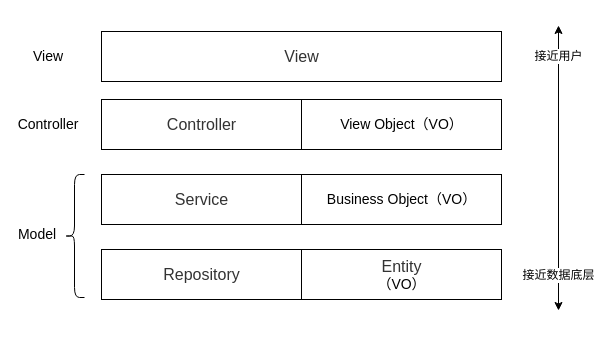
plusmancn/learn-arithmetic keeps this draw.io diagram as page "概念分层" (2 of 3) of material/设计模式.drawio. Above is the earlier version. Source tidied: cells renumbered, new cells numbered last; positions are measured from the earlier drawing's top-left corner, leaving out a move shared by most shapes. Both pictures are drawn from the tidied source at 100%, with x=0, y=0 at pixel (17, 25).
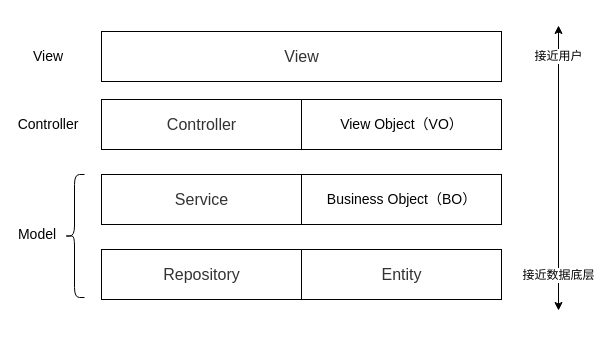
The same page after the edit.

What changed in the source:
```diff
@@
 <mxGraphModel>
   <root>
     <mxCell id="0" />
     <mxCell id="1" parent="0" />
     <mxCell id="2" value="View Object（VO）" style="html=1;fontSize=14;" parent="1" vertex="1">
       <mxGeometry x="284" y="74" width="200" height="50" as="geometry" />
     </mxCell>
-    <mxCell id="3" value="Business Object（VO）" style="html=1;fontSize=14;" parent="1" vertex="1">
+    <mxCell id="3" value="Business Object（BO）" style="html=1;fontSize=14;" parent="1" vertex="1">
       <mxGeometry x="284" y="149" width="200" height="50" as="geometry" />
     </mxCell>
-    <mxCell id="4" value="&lt;span style=&quot;color: rgb(51 , 51 , 51) ; font-family: &amp;#34;pingfang sc&amp;#34; , &amp;#34;lantinghei sc&amp;#34; , &amp;#34;microsoft yahei&amp;#34; , &amp;#34;hiragino sans gb&amp;#34; , &amp;#34;microsoft sans serif&amp;#34; , &amp;#34;wenquanyi micro hei&amp;#34; , &amp;#34;helvetica&amp;#34; , sans-serif ; font-size: 16px ; white-space: normal ; background-color: rgb(255 , 255 , 255)&quot;&gt;Entity&lt;/span&gt;（VO）" style="html=1;fontSize=14;" parent="1" vertex="1">
+    <mxCell id="4" value="&lt;span style=&quot;color: rgb(51 , 51 , 51) ; font-family: &amp;#34;pingfang sc&amp;#34; , &amp;#34;lantinghei sc&amp;#34; , &amp;#34;microsoft yahei&amp;#34; , &amp;#34;hiragino sans gb&amp;#34; , &amp;#34;microsoft sans serif&amp;#34; , &amp;#34;wenquanyi micro hei&amp;#34; , &amp;#34;helvetica&amp;#34; , sans-serif ; font-size: 16px ; white-space: normal ; background-color: rgb(255 , 255 , 255)&quot;&gt;Entity&lt;/span&gt;" style="html=1;fontSize=14;" parent="1" vertex="1">
       <mxGeometry x="284" y="224" width="200" height="50" as="geometry" />
     </mxCell>
     <mxCell id="5" value="&lt;font color=&quot;#333333&quot; face=&quot;pingfang sc, lantinghei sc, microsoft yahei, hiragino sans gb, microsoft sans serif, wenquanyi micro hei, helvetica, sans-serif&quot;&gt;&lt;span style=&quot;font-size: 16px ; white-space: normal ; background-color: rgb(255 , 255 , 255)&quot;&gt;Repository&lt;/span&gt;&lt;/font&gt;" style="html=1;fontSize=14;" parent="1" vertex="1">
       <mxGeometry x="84" y="224" width="200" height="50" as="geometry" />
     </mxCell>
     <mxCell id="6" value="&lt;font color=&quot;#333333&quot; face=&quot;pingfang sc, lantinghei sc, microsoft yahei, hiragino sans gb, microsoft sans serif, wenquanyi micro hei, helvetica, sans-serif&quot;&gt;&lt;span style=&quot;font-size: 16px ; white-space: normal ; background-color: rgb(255 , 255 , 255)&quot;&gt;Service&lt;/span&gt;&lt;/font&gt;" style="html=1;fontSize=14;" parent="1" vertex="1">
       <mxGeometry x="84" y="149" width="200" height="50" as="geometry" />
     </mxCell>
     <mxCell id="7" value="&lt;font color=&quot;#333333&quot; face=&quot;pingfang sc, lantinghei sc, microsoft yahei, hiragino sans gb, microsoft sans serif, wenquanyi micro hei, helvetica, sans-serif&quot;&gt;&lt;span style=&quot;font-size: 16px ; white-space: normal ; background-color: rgb(255 , 255 , 255)&quot;&gt;Controller&lt;/span&gt;&lt;/font&gt;" style="html=1;fontSize=14;" parent="1" vertex="1">
       <mxGeometry x="84" y="74" width="200" height="50" as="geometry" />
     </mxCell>
     <mxCell id="8" style="endArrow=classic;startArrow=classic;html=1;" parent="1" edge="1">
       <mxGeometry relative="1" as="geometry">
         <mxPoint x="541" y="285" as="sourcePoint" />
         <mxPoint x="541" as="targetPoint" />
       </mxGeometry>
     </mxCell>
     <mxCell id="9" value="接近用户" style="text;html=1;align=center;verticalAlign=middle;labelBackgroundColor=#ffffff;" parent="8" vertex="1">
       <mxGeometry x="0.79" y="1" relative="1" as="geometry" />
     </mxCell>
     <mxCell id="10" value="接近数据底层" style="text;html=1;align=center;verticalAlign=middle;labelBackgroundColor=#ffffff;" parent="8" vertex="1">
       <mxGeometry x="-0.75" y="1" relative="1" as="geometry" />
     </mxCell>
     <mxCell id="11" value="&lt;font color=&quot;#333333&quot; face=&quot;pingfang sc, lantinghei sc, microsoft yahei, hiragino sans gb, microsoft sans serif, wenquanyi micro hei, helvetica, sans-serif&quot;&gt;&lt;span style=&quot;font-size: 16px ; white-space: normal ; background-color: rgb(255 , 255 , 255)&quot;&gt;View&lt;/span&gt;&lt;/font&gt;" style="html=1;fontSize=14;" parent="1" vertex="1">
       <mxGeometry x="84" y="6" width="400" height="50" as="geometry" />
     </mxCell>
     <mxCell id="12" style="shape=curlyBracket;whiteSpace=wrap;html=1;rounded=1;" parent="1" vertex="1">
       <mxGeometry x="47" y="149" width="20" height="123" as="geometry" />
     </mxCell>
     <mxCell id="13" value="Model" style="text;html=1;strokeColor=none;fillColor=none;align=center;verticalAlign=middle;whiteSpace=wrap;rounded=0;fontSize=14;" parent="1" vertex="1">
       <mxGeometry x="-0.5" y="199" width="40" height="20" as="geometry" />
     </mxCell>
     <mxCell id="14" value="Controller" style="text;html=1;strokeColor=none;fillColor=none;align=center;verticalAlign=middle;whiteSpace=wrap;rounded=0;fontSize=14;" parent="1" vertex="1">
       <mxGeometry x="10.5" y="89" width="40" height="20" as="geometry" />
     </mxCell>
     <mxCell id="15" value="View" style="text;html=1;strokeColor=none;fillColor=none;align=center;verticalAlign=middle;whiteSpace=wrap;rounded=0;fontSize=14;" parent="1" vertex="1">
       <mxGeometry x="10.5" y="21" width="40" height="20" as="geometry" />
     </mxCell>
   </root>
 </mxGraphModel>
```
